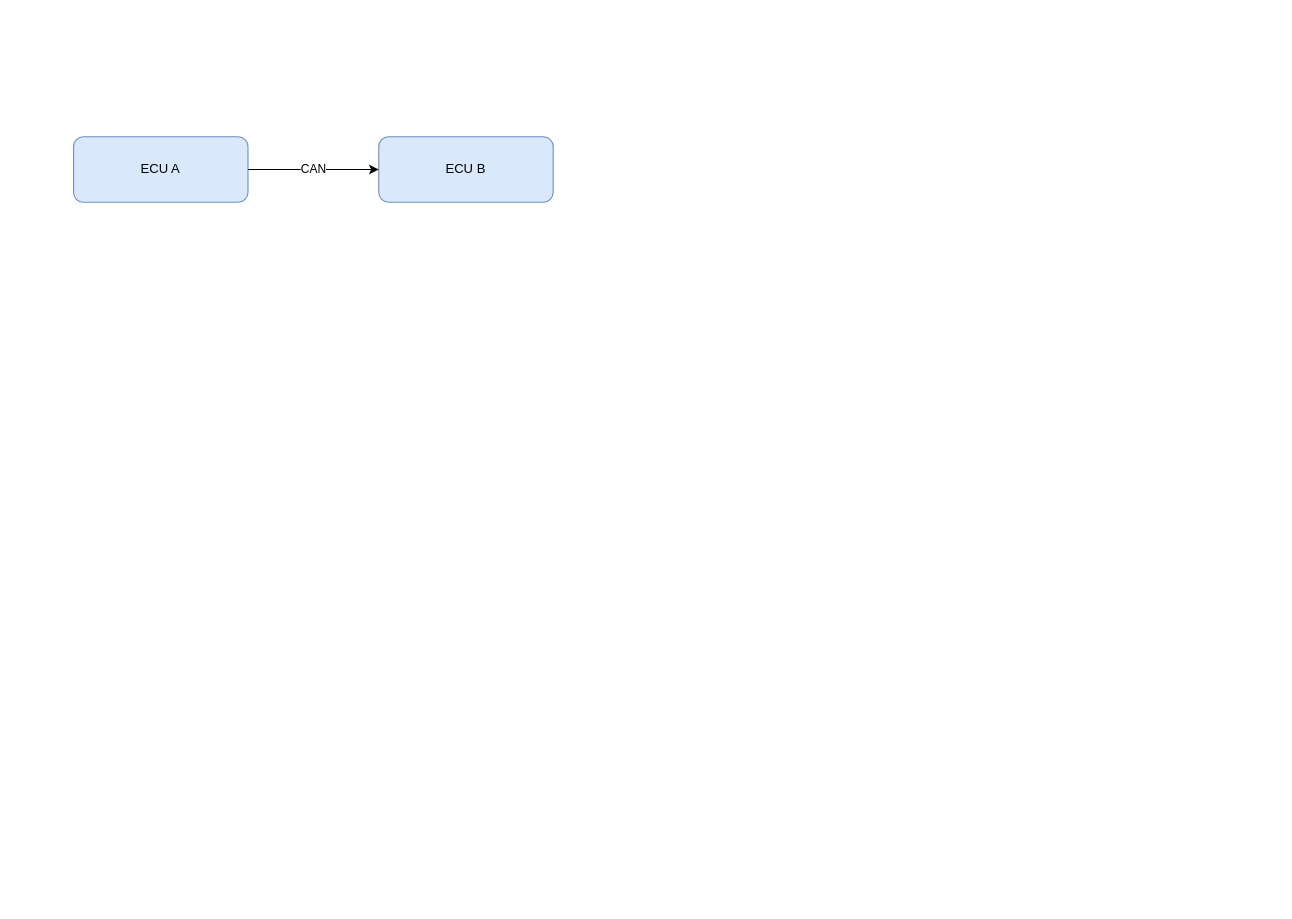
This is generated_doc/drawio/_minimal_test.drawio from Anadack/EEDesignSolution, a draw.io file, before an edit. Source tidied: cells renumbered, new cells numbered last; positions are measured from the earlier drawing's top-left corner, leaving out a move shared by most shapes. Both pictures are drawn from the tidied source at 109%, with x=0, y=0 at pixel (73, 136).
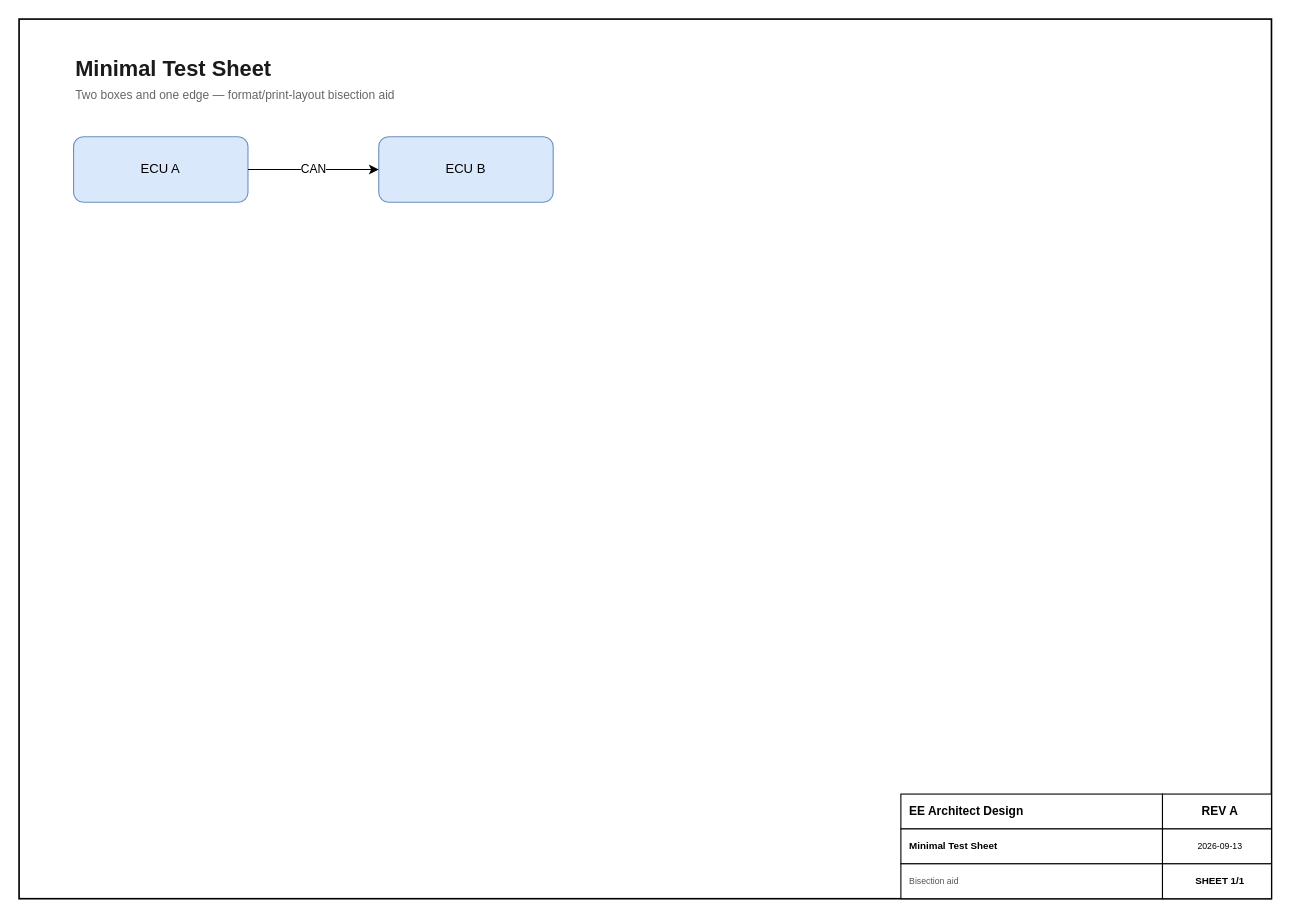
Above is the later version.

Commit message (it also covers changes not shown here):
Make drawio exports print-ready: A4 paging, title block, legends

What changed in the source:
```diff
@@
-<mxGraphModel>
+<mxGraphModel background="#ffffff">
   <root>
     <mxCell id="0" />
     <mxCell id="1" parent="0" />
+    <mxCell id="5" value="Minimal Test Sheet" style="text;html=1;align=left;verticalAlign=middle;fontSize=20;fontFamily=Helvetica;fontColor=#1a1a1a;fontStyle=1;" parent="1" vertex="1">
+      <mxGeometry y="-78" width="500" height="30" as="geometry" />
+    </mxCell>
+    <mxCell id="6" value="Two boxes and one edge — format/print-layout bisection aid" style="text;html=1;align=left;verticalAlign=middle;fontSize=11;fontFamily=Helvetica;fontColor=#666666;" parent="1" vertex="1">
+      <mxGeometry y="-48" width="500" height="20" as="geometry" />
+    </mxCell>
     <mxCell id="2" value="ECU A" style="rounded=1;whiteSpace=wrap;html=1;fillColor=#dae8fc;strokeColor=#6c8ebf;" parent="1" vertex="1">
       <mxGeometry width="160" height="60" as="geometry" />
     </mxCell>
     <mxCell id="3" value="ECU B" style="rounded=1;whiteSpace=wrap;html=1;fillColor=#dae8fc;strokeColor=#6c8ebf;" parent="1" vertex="1">
       <mxGeometry x="280" width="160" height="60" as="geometry" />
     </mxCell>
     <mxCell id="4" value="CAN" style="edgeStyle=orthogonalEdgeStyle;rounded=0;html=1;" parent="1" edge="1" source="2" target="3">
       <mxGeometry relative="1" as="geometry" />
     </mxCell>
+    <mxCell id="7" style="rounded=0;whiteSpace=wrap;html=1;fillColor=none;strokeColor=#000000;strokeWidth=1.5;" parent="1" vertex="1">
+      <mxGeometry x="-50" y="-108" width="1149" height="807" as="geometry" />
+    </mxCell>
+    <mxCell id="8" value="EE Architect Design" style="rounded=0;whiteSpace=wrap;html=1;strokeColor=#000000;fillColor=#ffffff;align=left;verticalAlign=middle;spacingLeft=6;fontFamily=Helvetica;fontSize=11;fontStyle=1;" parent="1" vertex="1">
+      <mxGeometry x="759" y="603" width="240" height="32" as="geometry" />
+    </mxCell>
+    <mxCell id="9" value="REV A" style="rounded=0;whiteSpace=wrap;html=1;strokeColor=#000000;fillColor=#ffffff;align=left;verticalAlign=middle;spacingLeft=6;fontFamily=Helvetica;fontSize=11;fontStyle=1;align=center;" parent="1" vertex="1">
+      <mxGeometry x="999" y="603" width="100" height="32" as="geometry" />
+    </mxCell>
+    <mxCell id="10" value="Minimal Test Sheet" style="rounded=0;whiteSpace=wrap;html=1;strokeColor=#000000;fillColor=#ffffff;align=left;verticalAlign=middle;spacingLeft=6;fontFamily=Helvetica;fontSize=9;fontStyle=1;" parent="1" vertex="1">
+      <mxGeometry x="759" y="635" width="240" height="32" as="geometry" />
+    </mxCell>
+    <mxCell id="11" value="2026-09-13" style="rounded=0;whiteSpace=wrap;html=1;strokeColor=#000000;fillColor=#ffffff;align=left;verticalAlign=middle;spacingLeft=6;fontFamily=Helvetica;fontSize=8;align=center;" parent="1" vertex="1">
+      <mxGeometry x="999" y="635" width="100" height="32" as="geometry" />
+    </mxCell>
+    <mxCell id="12" value="Bisection aid" style="rounded=0;whiteSpace=wrap;html=1;strokeColor=#000000;fillColor=#ffffff;align=left;verticalAlign=middle;spacingLeft=6;fontFamily=Helvetica;fontSize=8;fontColor=#555555;" parent="1" vertex="1">
+      <mxGeometry x="759" y="667" width="240" height="32" as="geometry" />
+    </mxCell>
+    <mxCell id="13" value="SHEET 1/1" style="rounded=0;whiteSpace=wrap;html=1;strokeColor=#000000;fillColor=#ffffff;align=left;verticalAlign=middle;spacingLeft=6;fontFamily=Helvetica;fontSize=9;fontStyle=1;align=center;" parent="1" vertex="1">
+      <mxGeometry x="999" y="667" width="100" height="32" as="geometry" />
+    </mxCell>
   </root>
 </mxGraphModel>
```
